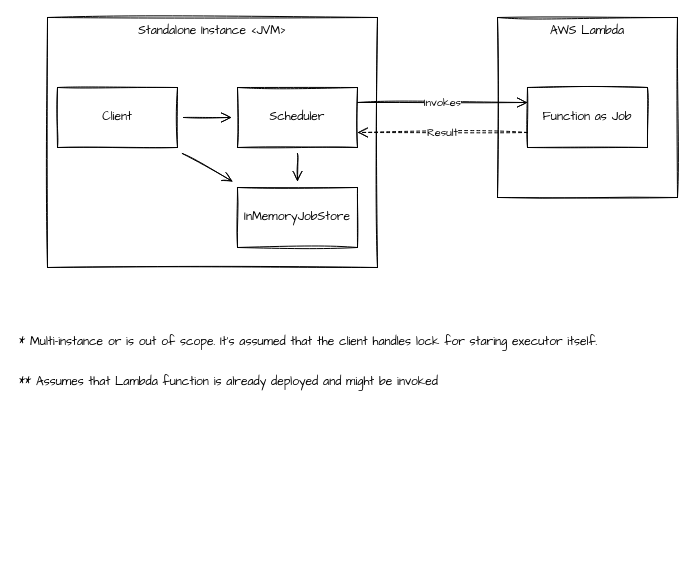
Earlier version of the draw.io diagram page "PhysicalArch" (2 of 3) of lambda-job-scheduler.drawio (zatsepinvl/lambda-job-scheduler). Source tidied: cells renumbered, new cells numbered last; positions are measured from the earlier drawing's top-left corner, leaving out a move shared by most shapes. Both pictures are drawn from the tidied source at 100%, with x=0, y=0 at pixel (17, 17).
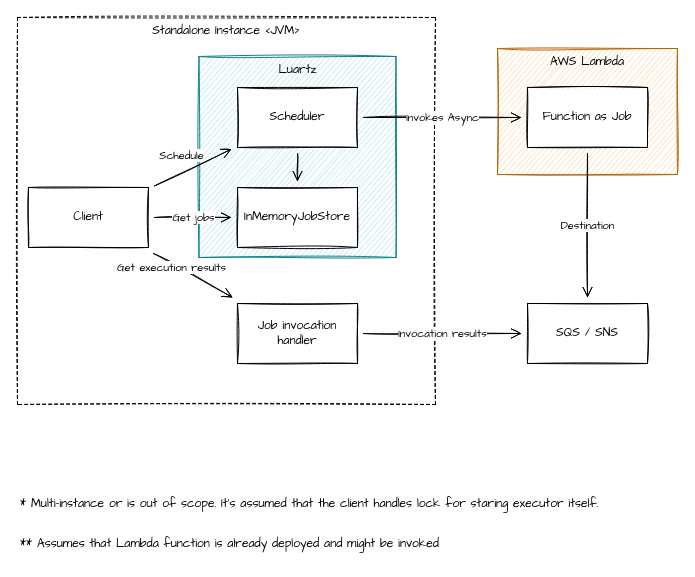
After the change.

The change refers to these unchanged cells:
```xml
<mxCell id="7" value="Function as Job" style="rounded=0;whiteSpace=wrap;html=1;sketch=1;fontFamily=Comic Sans MS;" parent="1" vertex="1">
  <mxGeometry x="510" y="70" width="120" height="60" as="geometry" />
</mxCell>
```

Diff of the diagram source:
```diff
@@
-    <mxCell id="2" value="Standalone Instance &amp;lt;JVM&amp;gt;" style="rounded=0;whiteSpace=wrap;html=1;sketch=1;fontFamily=Comic Sans MS;verticalAlign=top;" parent="1" vertex="1">
-      <mxGeometry x="30" width="330" height="250" as="geometry" />
+    <mxCell id="2" value="Standalone Instance &amp;lt;JVM&amp;gt;" style="rounded=0;whiteSpace=wrap;html=1;sketch=1;fontFamily=Comic Sans MS;verticalAlign=top;dashed=1;" parent="1" vertex="1">
+      <mxGeometry width="418" height="387" as="geometry" />
     </mxCell>
+    <mxCell id="15" value="Luartz" style="rounded=0;whiteSpace=wrap;html=1;sketch=1;fontFamily=Comic Sans MS;verticalAlign=top;fillColor=#b0e3e6;strokeColor=#0e8088;" parent="1" vertex="1">
+      <mxGeometry x="181.5" y="39" width="197" height="201" as="geometry" />
+    </mxCell>
-    <mxCell id="3" value="Scheduler" style="rounded=0;whiteSpace=wrap;html=1;sketch=1;fontFamily=Comic Sans MS;" parent="1" vertex="1">
+    <mxCell id="3" value="Scheduler" style="rounded=0;whiteSpace=wrap;html=1;sketch=1;fontFamily=Comic Sans MS;fillStyle=solid;" parent="1" vertex="1">
       <mxGeometry x="220" y="70" width="120" height="60" as="geometry" />
     </mxCell>
-    <mxCell id="4" style="edgeStyle=none;rounded=0;sketch=1;jettySize=auto;html=1;fontFamily=Comic Sans MS;endArrow=open;endFill=0;startSize=8;endSize=8;sourcePerimeterSpacing=6;targetPerimeterSpacing=6;" parent="1" edge="1" source="5" target="3">
-      <mxGeometry relative="1" as="geometry" />
+    <mxCell id="4" value="Schedule" style="edgeStyle=none;rounded=0;sketch=1;jettySize=auto;html=1;fontFamily=Comic Sans MS;endArrow=open;endFill=0;startSize=8;endSize=8;sourcePerimeterSpacing=6;targetPerimeterSpacing=6;" parent="1" edge="1" source="5" target="3">
+      <mxGeometry x="-0.11" y="16" relative="1" as="geometry" />
     </mxCell>
     <mxCell id="5" value="Client" style="rounded=0;whiteSpace=wrap;html=1;sketch=1;fontFamily=Comic Sans MS;" parent="1" vertex="1">
-      <mxGeometry x="40" y="70" width="120" height="60" as="geometry" />
+      <mxGeometry x="11" y="170" width="120" height="60" as="geometry" />
     </mxCell>
-    <mxCell id="6" value="AWS Lambda" style="rounded=0;whiteSpace=wrap;html=1;sketch=1;fontFamily=Comic Sans MS;verticalAlign=top;" parent="1" vertex="1">
-      <mxGeometry x="480" width="180" height="180" as="geometry" />
+    <mxCell id="6" value="AWS Lambda" style="rounded=0;whiteSpace=wrap;html=1;sketch=1;fontFamily=Comic Sans MS;verticalAlign=top;fillColor=#fad7ac;strokeColor=#b46504;" parent="1" vertex="1">
+      <mxGeometry x="480" y="31" width="180" height="126" as="geometry" />
     </mxCell>
@@
     <mxCell id="8" value="* Multi-instance or is out of scope. It's assumed that the client handles lock for staring executor itself.&amp;nbsp;" style="text;html=1;align=left;verticalAlign=middle;strokeColor=none;fillColor=none;fontFamily=Comic Sans MS;" parent="1" vertex="1">
-      <mxGeometry y="310" width="610" height="30" as="geometry" />
+      <mxGeometry x="1" y="472" width="610" height="30" as="geometry" />
     </mxCell>
-    <mxCell id="9" value="Invokes" style="edgeStyle=none;rounded=0;sketch=1;jettySize=auto;html=1;fontFamily=Comic Sans MS;endArrow=open;endFill=0;startSize=8;endSize=8;sourcePerimeterSpacing=6;targetPerimeterSpacing=6;exitX=1;exitY=0.25;exitDx=0;exitDy=0;entryX=0;entryY=0.25;entryDx=0;entryDy=0;" parent="1" edge="1" source="3" target="7">
+    <mxCell id="9" value="Invokes Async" style="edgeStyle=none;rounded=0;sketch=1;jettySize=auto;html=1;fontFamily=Comic Sans MS;endArrow=open;endFill=0;startSize=8;endSize=8;sourcePerimeterSpacing=6;targetPerimeterSpacing=6;" parent="1" edge="1" source="3" target="7">
       <mxGeometry relative="1" as="geometry" />
     </mxCell>
-    <mxCell id="10" value="Result" style="edgeStyle=none;rounded=0;sketch=1;jettySize=auto;html=1;fontFamily=Comic Sans MS;endArrow=open;endFill=0;startSize=8;endSize=8;sourcePerimeterSpacing=6;targetPerimeterSpacing=6;exitX=0;exitY=0.75;exitDx=0;exitDy=0;entryX=1;entryY=0.75;entryDx=0;entryDy=0;dashed=1;" parent="1" edge="1" source="7" target="3">
-      <mxGeometry relative="1" as="geometry" />
-    </mxCell>
     <mxCell id="11" value="** Assumes that Lambda function is already deployed and might be invoked&amp;nbsp;" style="text;html=1;align=left;verticalAlign=middle;strokeColor=none;fillColor=none;fontFamily=Comic Sans MS;" parent="1" vertex="1">
-      <mxGeometry y="350" width="450" height="30" as="geometry" />
+      <mxGeometry x="1" y="512" width="450" height="30" as="geometry" />
     </mxCell>
-    <mxCell id="12" value="InMemoryJobStore" style="rounded=0;whiteSpace=wrap;html=1;sketch=1;fontFamily=Comic Sans MS;" parent="1" vertex="1">
+    <mxCell id="12" value="InMemoryJobStore" style="rounded=0;whiteSpace=wrap;html=1;sketch=1;fontFamily=Comic Sans MS;fillStyle=solid;" parent="1" vertex="1">
       <mxGeometry x="220" y="170" width="120" height="60" as="geometry" />
     </mxCell>
@@
-    <mxCell id="14" style="edgeStyle=none;rounded=0;sketch=1;jettySize=auto;html=1;fontFamily=Comic Sans MS;endArrow=open;endFill=0;startSize=8;endSize=8;sourcePerimeterSpacing=6;targetPerimeterSpacing=6;" parent="1" edge="1" source="5" target="12">
+    <mxCell id="14" value="Get jobs" style="edgeStyle=none;rounded=0;sketch=1;jettySize=auto;html=1;fontFamily=Comic Sans MS;endArrow=open;endFill=0;startSize=8;endSize=8;sourcePerimeterSpacing=6;targetPerimeterSpacing=6;" parent="1" edge="1" source="5" target="12">
       <mxGeometry relative="1" as="geometry" />
     </mxCell>
+    <mxCell id="16" value="Job invocation handler" style="rounded=0;whiteSpace=wrap;html=1;sketch=1;fontFamily=Comic Sans MS;" parent="1" vertex="1">
+      <mxGeometry x="220" y="286" width="120" height="60" as="geometry" />
+    </mxCell>
+    <mxCell id="17" value="SQS / SNS" style="rounded=0;whiteSpace=wrap;html=1;sketch=1;fontFamily=Comic Sans MS;" parent="1" vertex="1">
+      <mxGeometry x="510" y="286" width="120" height="60" as="geometry" />
+    </mxCell>
+    <mxCell id="18" value="Destination" style="edgeStyle=none;rounded=0;sketch=1;jettySize=auto;html=1;fontFamily=Comic Sans MS;endArrow=open;endFill=0;startSize=8;endSize=8;sourcePerimeterSpacing=6;targetPerimeterSpacing=6;" parent="1" edge="1" source="7" target="17">
+      <mxGeometry relative="1" as="geometry" />
+    </mxCell>
+    <mxCell id="19" value="Invocation results" style="edgeStyle=none;rounded=0;sketch=1;jettySize=auto;html=1;fontFamily=Comic Sans MS;endArrow=open;endFill=0;startSize=8;endSize=8;sourcePerimeterSpacing=6;targetPerimeterSpacing=6;" parent="1" edge="1" source="16" target="17">
+      <mxGeometry relative="1" as="geometry" />
+    </mxCell>
+    <mxCell id="20" value="Get execution results" style="edgeStyle=none;rounded=0;sketch=1;jettySize=auto;html=1;fontFamily=Comic Sans MS;endArrow=open;endFill=0;startSize=8;endSize=8;sourcePerimeterSpacing=6;targetPerimeterSpacing=6;" parent="1" edge="1" source="5" target="16">
+      <mxGeometry x="-0.5" y="-3" relative="1" as="geometry">
+        <mxPoint x="-1" as="offset" />
+      </mxGeometry>
+    </mxCell>
```
